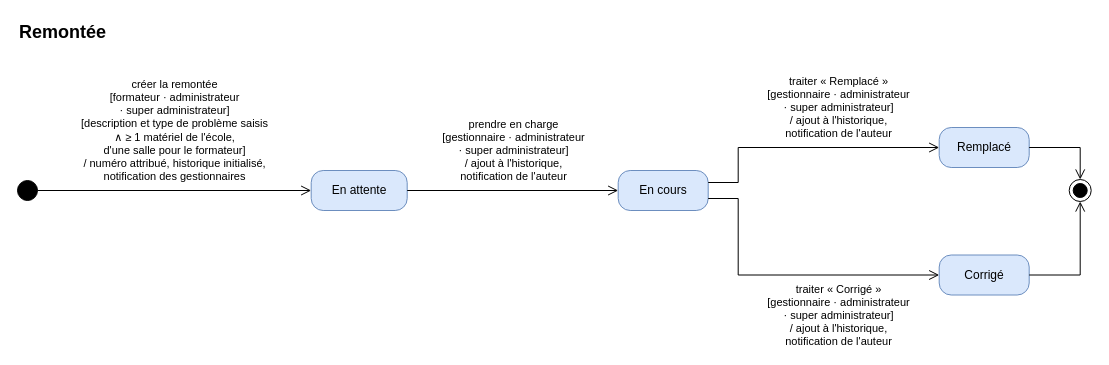
This is page "Remontée" (1 of 4) of docs/02-ANALYSE/03-ANALYSE/01-DIAGRAMMES-ETATS.drawio from bpierrelouis/aster, a draw.io file, before an edit. Source tidied: cells renumbered, new cells numbered last; positions are measured from the earlier drawing's top-left corner, leaving out a move shared by most shapes. Both pictures are drawn from the tidied source at 100%, with x=0, y=0 at pixel (17, 17).
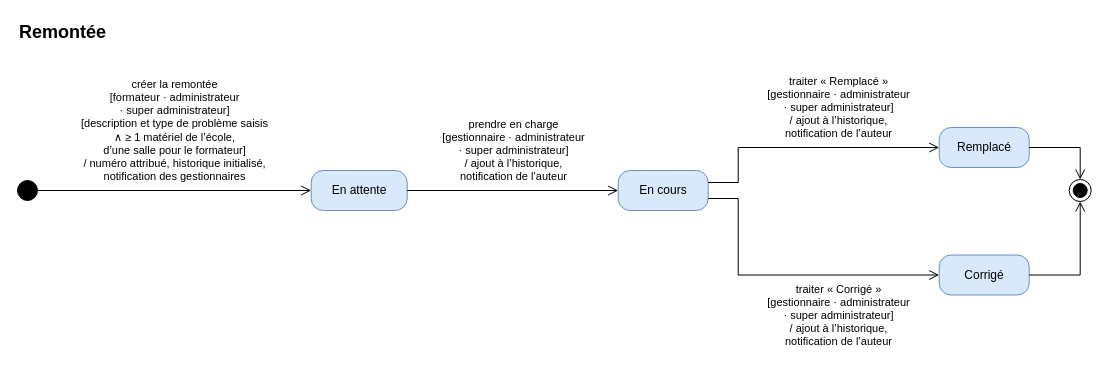
After the change.

Unchanged cells that the change refers to:
```xml
<mxCell id="3" style="ellipse;html=1;fillColor=#000000;strokeColor=#000000;fontSize=11;" parent="1" vertex="1">
  <mxGeometry y="163" width="20" height="20" as="geometry" />
</mxCell>
<mxCell id="4" value="En attente" style="rounded=1;arcSize=30;whiteSpace=wrap;html=1;fontSize=12;fillColor=#dae8fc;strokeColor=#6c8ebf;" parent="1" vertex="1">
  <mxGeometry x="293.7" y="153" width="96" height="40" as="geometry" />
</mxCell>
<mxCell id="5" value="En cours" style="rounded=1;arcSize=30;whiteSpace=wrap;html=1;fontSize=12;fillColor=#dae8fc;strokeColor=#6c8ebf;" parent="1" vertex="1">
  <mxGeometry x="600.7" y="153" width="90" height="40" as="geometry" />
</mxCell>
<mxCell id="6" value="Remplacé" style="rounded=1;arcSize=30;whiteSpace=wrap;html=1;fontSize=12;fillColor=#dae8fc;strokeColor=#6c8ebf;" parent="1" vertex="1">
  <mxGeometry x="921.7" y="110" width="90" height="40" as="geometry" />
</mxCell>
<mxCell id="7" value="Corrigé" style="rounded=1;arcSize=30;whiteSpace=wrap;html=1;fontSize=12;fillColor=#dae8fc;strokeColor=#6c8ebf;" parent="1" vertex="1">
  <mxGeometry x="921.7" y="237.5" width="90" height="40" as="geometry" />
</mxCell>
```

Change to the diagram source:
```diff
@@
-    <mxCell id="9" value="créer la remontée&lt;br&gt;[formateur · administrateur&lt;br&gt;· super administrateur]&lt;br&gt;[description et type de problème saisis&lt;br&gt;∧ ≥ 1 matériel de l'école,&lt;br&gt;d'une salle pour le formateur]&lt;br&gt;/ numéro attribué, historique initialisé,&lt;br&gt;notification des gestionnaires" style="edgeStyle=orthogonalEdgeStyle;endArrow=open;endSize=8;html=1;rounded=0;fontSize=11;labelBackgroundColor=#ffffff;jumpStyle=arc;jumpSize=10;exitX=1;exitY=0.5;exitDx=0;exitDy=0;entryX=0;entryY=0.5;entryDx=0;entryDy=0;" parent="1" edge="1" source="3" target="4">
+    <mxCell id="9" value="créer la remontée&lt;br&gt;[formateur · administrateur&lt;br&gt;· super administrateur]&lt;br&gt;[description et type de problème saisis&lt;br&gt;∧ ≥ 1 matériel de l’école,&lt;br&gt;d’une salle pour le formateur]&lt;br&gt;/ numéro attribué, historique initialisé,&lt;br&gt;notification des gestionnaires" style="edgeStyle=orthogonalEdgeStyle;endArrow=open;endSize=8;html=1;rounded=0;fontSize=11;labelBackgroundColor=#ffffff;jumpStyle=arc;jumpSize=10;exitX=1;exitY=0.5;exitDx=0;exitDy=0;entryX=0;entryY=0.5;entryDx=0;entryDy=0;" parent="1" edge="1" source="3" target="4">
       <mxGeometry relative="1" as="geometry">
         <mxPoint y="-60" as="offset" />
       </mxGeometry>
     </mxCell>
-    <mxCell id="10" value="prendre en charge&lt;br&gt;[gestionnaire · administrateur&lt;br&gt;· super administrateur]&lt;br&gt;/ ajout à l'historique,&lt;br&gt;notification de l'auteur" style="edgeStyle=orthogonalEdgeStyle;endArrow=open;endSize=8;html=1;rounded=0;fontSize=11;labelBackgroundColor=#ffffff;jumpStyle=arc;jumpSize=10;exitX=1;exitY=0.5;exitDx=0;exitDy=0;entryX=0;entryY=0.5;entryDx=0;entryDy=0;" parent="1" edge="1" source="4" target="5">
+    <mxCell id="10" value="prendre en charge&lt;br&gt;[gestionnaire · administrateur&lt;br&gt;· super administrateur]&lt;br&gt;/ ajout à l’historique,&lt;br&gt;notification de l’auteur" style="edgeStyle=orthogonalEdgeStyle;endArrow=open;endSize=8;html=1;rounded=0;fontSize=11;labelBackgroundColor=#ffffff;jumpStyle=arc;jumpSize=10;exitX=1;exitY=0.5;exitDx=0;exitDy=0;entryX=0;entryY=0.5;entryDx=0;entryDy=0;" parent="1" edge="1" source="4" target="5">
       <mxGeometry relative="1" as="geometry">
         <mxPoint y="-40.5" as="offset" />
       </mxGeometry>
     </mxCell>
-    <mxCell id="11" value="traiter « Remplacé »&lt;br&gt;[gestionnaire · administrateur&lt;br&gt;· super administrateur]&lt;br&gt;/ ajout à l'historique,&lt;br&gt;notification de l'auteur" style="edgeStyle=orthogonalEdgeStyle;endArrow=open;endSize=8;html=1;rounded=0;fontSize=11;labelBackgroundColor=#ffffff;jumpStyle=arc;jumpSize=10;exitX=1;exitY=0.3;exitDx=0;exitDy=0;entryX=0;entryY=0.5;entryDx=0;entryDy=0;" parent="1" edge="1" source="5" target="6">
+    <mxCell id="11" value="traiter « Remplacé »&lt;br&gt;[gestionnaire · administrateur&lt;br&gt;· super administrateur]&lt;br&gt;/ ajout à l’historique,&lt;br&gt;notification de l’auteur" style="edgeStyle=orthogonalEdgeStyle;endArrow=open;endSize=8;html=1;rounded=0;fontSize=11;labelBackgroundColor=#ffffff;jumpStyle=arc;jumpSize=10;exitX=1;exitY=0.3;exitDx=0;exitDy=0;entryX=0;entryY=0.5;entryDx=0;entryDy=0;" parent="1" edge="1" source="5" target="6">
       <mxGeometry relative="1" as="geometry">
         <Array as="points">
           <mxPoint x="720.7" y="165" />
           <mxPoint x="720.7" y="130" />
         </Array>
         <mxPoint x="32.5" y="-40.5" as="offset" />
       </mxGeometry>
     </mxCell>
-    <mxCell id="12" value="traiter « Corrigé »&lt;br&gt;[gestionnaire · administrateur&lt;br&gt;· super administrateur]&lt;br&gt;/ ajout à l'historique,&lt;br&gt;notification de l'auteur" style="edgeStyle=orthogonalEdgeStyle;endArrow=open;endSize=8;html=1;rounded=0;fontSize=11;labelBackgroundColor=#ffffff;jumpStyle=arc;jumpSize=10;exitX=1;exitY=0.7;exitDx=0;exitDy=0;entryX=0;entryY=0.5;entryDx=0;entryDy=0;" parent="1" edge="1" source="5" target="7">
+    <mxCell id="12" value="traiter « Corrigé »&lt;br&gt;[gestionnaire · administrateur&lt;br&gt;· super administrateur]&lt;br&gt;/ ajout à l’historique,&lt;br&gt;notification de l’auteur" style="edgeStyle=orthogonalEdgeStyle;endArrow=open;endSize=8;html=1;rounded=0;fontSize=11;labelBackgroundColor=#ffffff;jumpStyle=arc;jumpSize=10;exitX=1;exitY=0.7;exitDx=0;exitDy=0;entryX=0;entryY=0.5;entryDx=0;entryDy=0;" parent="1" edge="1" source="5" target="7">
       <mxGeometry relative="1" as="geometry">
         <Array as="points">
           <mxPoint x="720.7" y="181" />
           <mxPoint x="720.7" y="257.5" />
         </Array>
         <mxPoint x="53.2" y="40.5" as="offset" />
       </mxGeometry>
     </mxCell>
```
